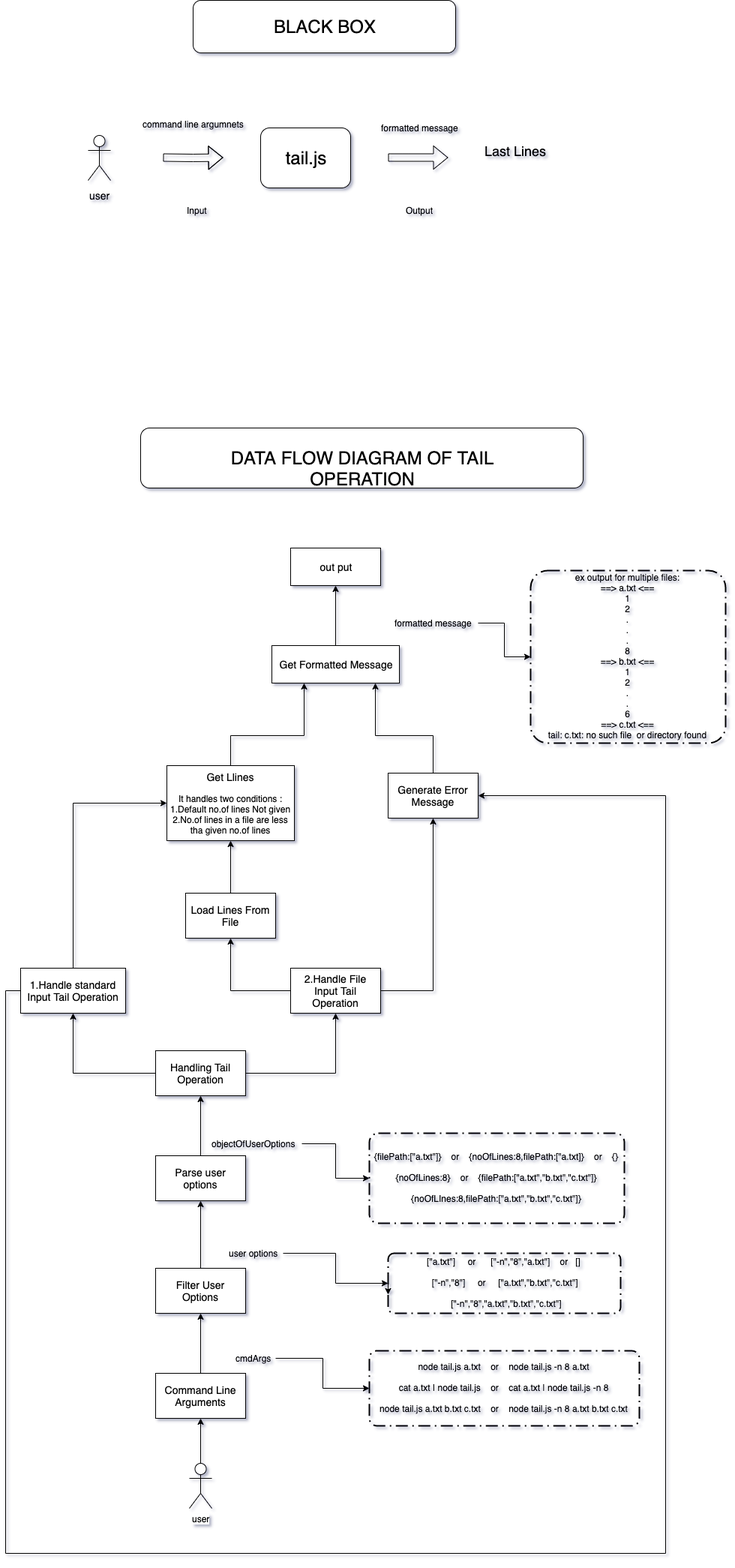
step-batch-7/jsTools-dad-ka-raneesa keeps this draw.io diagram as docs/dfdOfFinalPlan.png. Above is the earlier version. Source tidied: cells renumbered, new cells last; positions are measured from the earlier drawing's top-left corner, leaving out a move shared by most shapes.
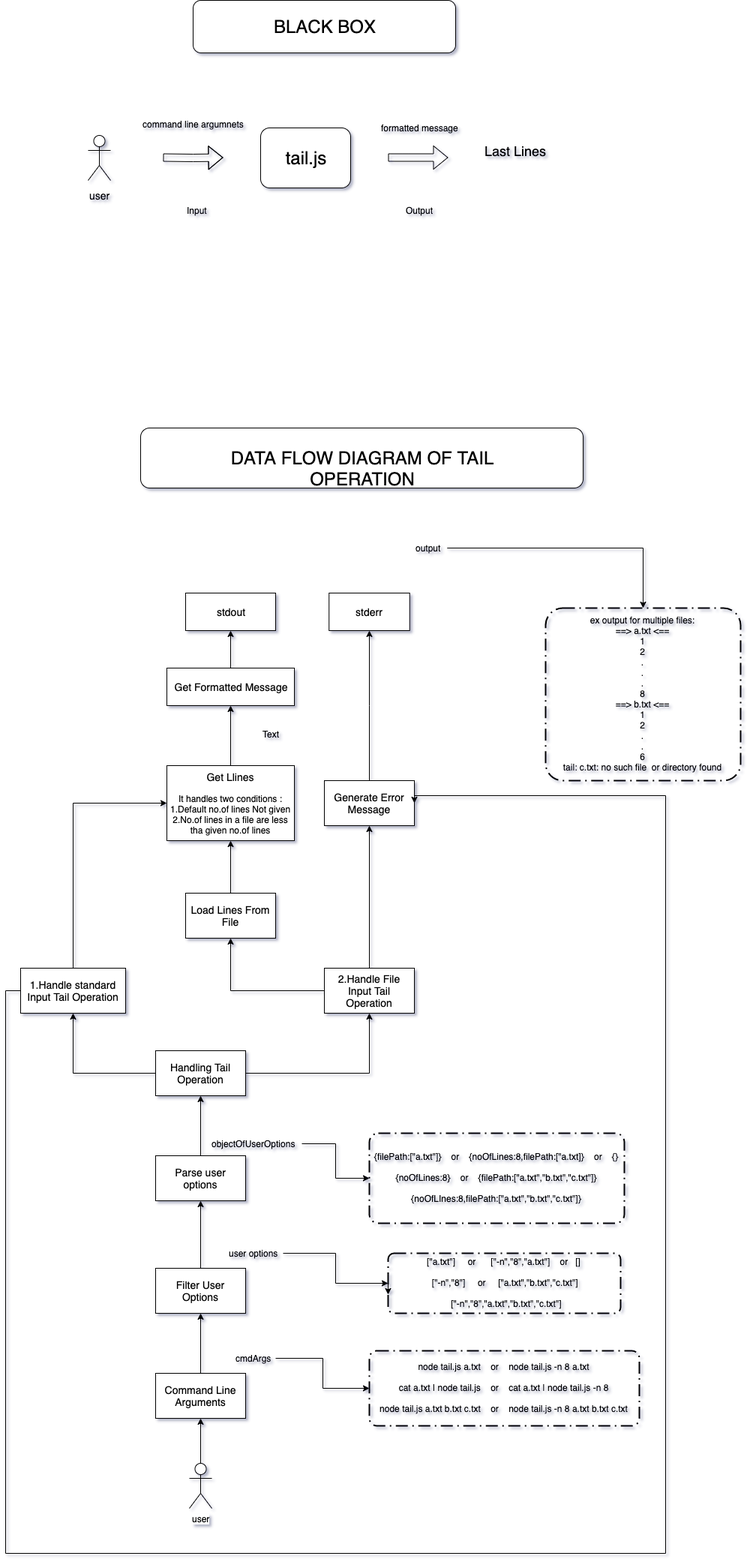
Later version of the same file.

Commit message:
modified output of dfd of final plan

Diff of the diagram source:
```diff
@@ -44,34 +44,28 @@
       <mxGeometry relative="1" as="geometry" />
     </mxCell>
     <mxCell id="15" value="&lt;font style=&quot;font-size: 14px&quot;&gt;2.Handle File Input Tail Operation&lt;/font&gt;" style="rounded=0;whiteSpace=wrap;html=1;" parent="1" vertex="1">
-      <mxGeometry x="380" y="1290" width="120" height="60" as="geometry" />
+      <mxGeometry x="425" y="1290" width="120" height="60" as="geometry" />
     </mxCell>
-    <mxCell id="16" style="edgeStyle=orthogonalEdgeStyle;rounded=0;jettySize=auto;html=1;exitX=0.5;exitY=0;exitDx=0;exitDy=0;" parent="1" edge="1" source="17">
-      <mxGeometry relative="1" as="geometry">
-        <mxPoint x="493" y="910" as="targetPoint" />
-        <Array as="points">
-          <mxPoint x="570" y="980" />
-          <mxPoint x="493" y="980" />
-        </Array>
-      </mxGeometry>
-    </mxCell>
+    <mxCell id="54" style="edgeStyle=orthogonalEdgeStyle;rounded=0;jettySize=auto;html=1;" parent="1" edge="1" source="17" target="55">
+      <mxGeometry relative="1" as="geometry" />
+    </mxCell>
     <mxCell id="17" value="&lt;font style=&quot;font-size: 14px&quot;&gt;Generate Error Message&lt;/font&gt;" style="rounded=0;whiteSpace=wrap;html=1;" parent="1" vertex="1">
-      <mxGeometry x="510" y="1030" width="120" height="60" as="geometry" />
+      <mxGeometry x="425" y="1040" width="120" height="60" as="geometry" />
     </mxCell>
+    <mxCell id="55" value="&lt;font style=&quot;font-size: 14px&quot;&gt;stderr&lt;/font&gt;" style="rounded=0;whiteSpace=wrap;html=1;" parent="1" vertex="1">
+      <mxGeometry x="431.2" y="790" width="107.5" height="50" as="geometry" />
+    </mxCell>
     <mxCell id="18" style="edgeStyle=orthogonalEdgeStyle;rounded=0;jettySize=auto;html=1;" parent="1" edge="1" source="19" target="21">
       <mxGeometry relative="1" as="geometry" />
     </mxCell>
     <mxCell id="19" value="&lt;font style=&quot;font-size: 14px&quot;&gt;Load Lines From File&lt;/font&gt;" style="rounded=0;whiteSpace=wrap;html=1;" parent="1" vertex="1">
       <mxGeometry x="240" y="1190" width="120" height="60" as="geometry" />
     </mxCell>
-    <mxCell id="20" style="edgeStyle=orthogonalEdgeStyle;rounded=0;jettySize=auto;html=1;entryX=0.25;entryY=1;entryDx=0;entryDy=0;" parent="1" edge="1" source="21" target="23">
-      <mxGeometry relative="1" as="geometry">
-        <Array as="points">
-          <mxPoint x="300" y="980" />
-          <mxPoint x="398" y="980" />
-        </Array>
-      </mxGeometry>
-    </mxCell>
+    <mxCell id="56" style="edgeStyle=orthogonalEdgeStyle;rounded=0;jettySize=auto;html=1;exitX=0.5;exitY=0;exitDx=0;exitDy=0;" parent="1" edge="1" source="21">
+      <mxGeometry relative="1" as="geometry">
+        <mxPoint x="300" y="940" as="targetPoint" />
+      </mxGeometry>
+    </mxCell>
     <mxCell id="21" value="&lt;font style=&quot;font-size: 14px&quot;&gt;Get Llines&lt;/font&gt;&lt;br&gt;&lt;br&gt;It handles two conditions :&lt;br&gt;1.Default no.of lines Not given&lt;br&gt;2.No.of lines in a file are less tha given no.of lines" style="rounded=0;whiteSpace=wrap;html=1;" parent="1" vertex="1">
       <mxGeometry x="215" y="1020" width="170" height="100" as="geometry" />
     </mxCell>
@@ -79,10 +73,10 @@
       <mxGeometry relative="1" as="geometry" />
     </mxCell>
     <mxCell id="23" value="&lt;font style=&quot;font-size: 14px&quot;&gt;Get Formatted Message&lt;/font&gt;" style="rounded=0;whiteSpace=wrap;html=1;" parent="1" vertex="1">
-      <mxGeometry x="355" y="860" width="170" height="50" as="geometry" />
+      <mxGeometry x="215" y="890" width="170" height="50" as="geometry" />
     </mxCell>
-    <mxCell id="24" value="&lt;font style=&quot;font-size: 14px&quot;&gt;out put&lt;/font&gt;" style="rounded=0;whiteSpace=wrap;html=1;" parent="1" vertex="1">
-      <mxGeometry x="380" y="730" width="120" height="50" as="geometry" />
+    <mxCell id="24" value="&lt;font style=&quot;font-size: 14px&quot;&gt;stdout&lt;/font&gt;" style="rounded=0;whiteSpace=wrap;html=1;" parent="1" vertex="1">
+      <mxGeometry x="240" y="790" width="120" height="50" as="geometry" />
     </mxCell>
     <mxCell id="25" style="edgeStyle=orthogonalEdgeStyle;rounded=0;jettySize=auto;html=1;exitX=0.5;exitY=0;exitDx=0;exitDy=0;entryX=0;entryY=0.5;entryDx=0;entryDy=0;" parent="1" edge="1" source="27" target="21">
       <mxGeometry relative="1" as="geometry" />
@@ -135,14 +129,14 @@
     <mxCell id="38" style="edgeStyle=orthogonalEdgeStyle;rounded=0;orthogonalLoop=1;jettySize=auto;html=1;exitX=0.5;exitY=1;exitDx=0;exitDy=0;" parent="1" edge="1" source="21" target="21">
       <mxGeometry relative="1" as="geometry" />
     </mxCell>
-    <mxCell id="39" value="ex output for multiple files:&#10;==&gt; a.txt &lt;==&#10;1&#10;2&#10;.&#10;.&#10;.&#10;8&#10;==&gt; b.txt &lt;==&#10;1&#10;2&#10;.&#10;.&#10;6&#10;==&gt; c.txt &lt;==&#10;tail: c.txt: no such file  or directory found" style="rounded=1;arcSize=10;dashed=1;strokeColor=#000000;fillColor=none;gradientColor=none;dashPattern=8 3 1 3;strokeWidth=2;" parent="1" vertex="1">
-      <mxGeometry x="700" y="760" width="260" height="230" as="geometry" />
+    <mxCell id="39" value="ex output for multiple files:&#10;==&gt; a.txt &lt;==&#10;1&#10;2&#10;.&#10;.&#10;.&#10;8&#10;==&gt; b.txt &lt;==&#10;1&#10;2&#10;.&#10;.&#10;6&#10;tail: c.txt: no such file  or directory found" style="rounded=1;arcSize=10;dashed=1;strokeColor=#000000;fillColor=none;gradientColor=none;dashPattern=8 3 1 3;strokeWidth=2;" parent="1" vertex="1">
+      <mxGeometry x="720" y="810" width="260" height="230" as="geometry" />
     </mxCell>
     <mxCell id="40" style="edgeStyle=orthogonalEdgeStyle;rounded=0;jettySize=auto;html=1;" parent="1" edge="1" source="41" target="39">
       <mxGeometry relative="1" as="geometry" />
     </mxCell>
-    <mxCell id="41" value="formatted message" style="text;html=1;align=center;verticalAlign=middle;points=[];" parent="1" vertex="1">
-      <mxGeometry x="510" y="820" width="120" height="20" as="geometry" />
+    <mxCell id="41" value="output" style="text;html=1;align=center;verticalAlign=middle;points=[];" parent="1" vertex="1">
+      <mxGeometry x="538.8" y="720" width="50" height="20" as="geometry" />
     </mxCell>
     <mxCell id="42" value="&lt;font style=&quot;font-size: 24px&quot;&gt;DATA FLOW DIAGRAM OF TAIL OPERATION&lt;/font&gt;" style="shape=ext;rounded=1;html=1;whiteSpace=wrap;" parent="1" vertex="1">
       <mxGeometry x="180" y="570" width="590" height="80" as="geometry" />
@@ -189,5 +183,8 @@
     <mxCell id="53" value="&lt;font style=&quot;font-size: 24px&quot;&gt;BLACK BOX&lt;/font&gt;" style="shape=ext;rounded=1;html=1;whiteSpace=wrap;" parent="1" vertex="1">
       <mxGeometry x="250" width="350" height="70" as="geometry" />
     </mxCell>
+    <mxCell id="57" value="Text" style="text;html=1;align=center;verticalAlign=middle;" parent="1" vertex="1">
+      <mxGeometry x="334" y="968" width="40" height="20" as="geometry" />
+    </mxCell>
   </root>
 </mxGraphModel>
```
